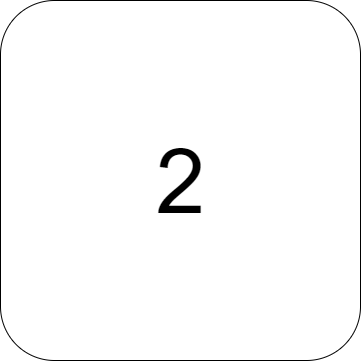
Above: Rush Hour Main/assets/MapButtons/2(A).png in zintom69/Game-Rush-Hour (draw.io), before the change. Source tidied: cells renumbered, new cells last; positions are measured from the earlier drawing's top-left corner, leaving out a move shared by most shapes. Source of this version:
```xml
<mxGraphModel>
  <root>
    <mxCell id="0" />
    <mxCell id="1" parent="0" />
    <mxCell id="2" value="&lt;font style=&quot;font-size: 90px;&quot;&gt;2&lt;/font&gt;" style="rounded=1;whiteSpace=wrap;html=1;" parent="1" vertex="1">
      <mxGeometry width="360" height="360" as="geometry" />
    </mxCell>
  </root>
</mxGraphModel>
```
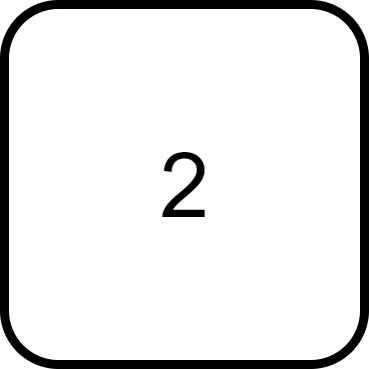
After the change.

The edit, as a diff of the source:
```diff
@@ -2,7 +2,7 @@
   <root>
     <mxCell id="0" />
     <mxCell id="1" parent="0" />
-    <mxCell id="2" value="&lt;font style=&quot;font-size: 90px;&quot;&gt;2&lt;/font&gt;" style="rounded=1;whiteSpace=wrap;html=1;" parent="1" vertex="1">
+    <mxCell id="2" value="&lt;span style=&quot;font-size: 90px;&quot;&gt;2&lt;/span&gt;" style="rounded=1;whiteSpace=wrap;html=1;strokeWidth=9;" parent="1" vertex="1">
       <mxGeometry width="360" height="360" as="geometry" />
     </mxCell>
   </root>
```
